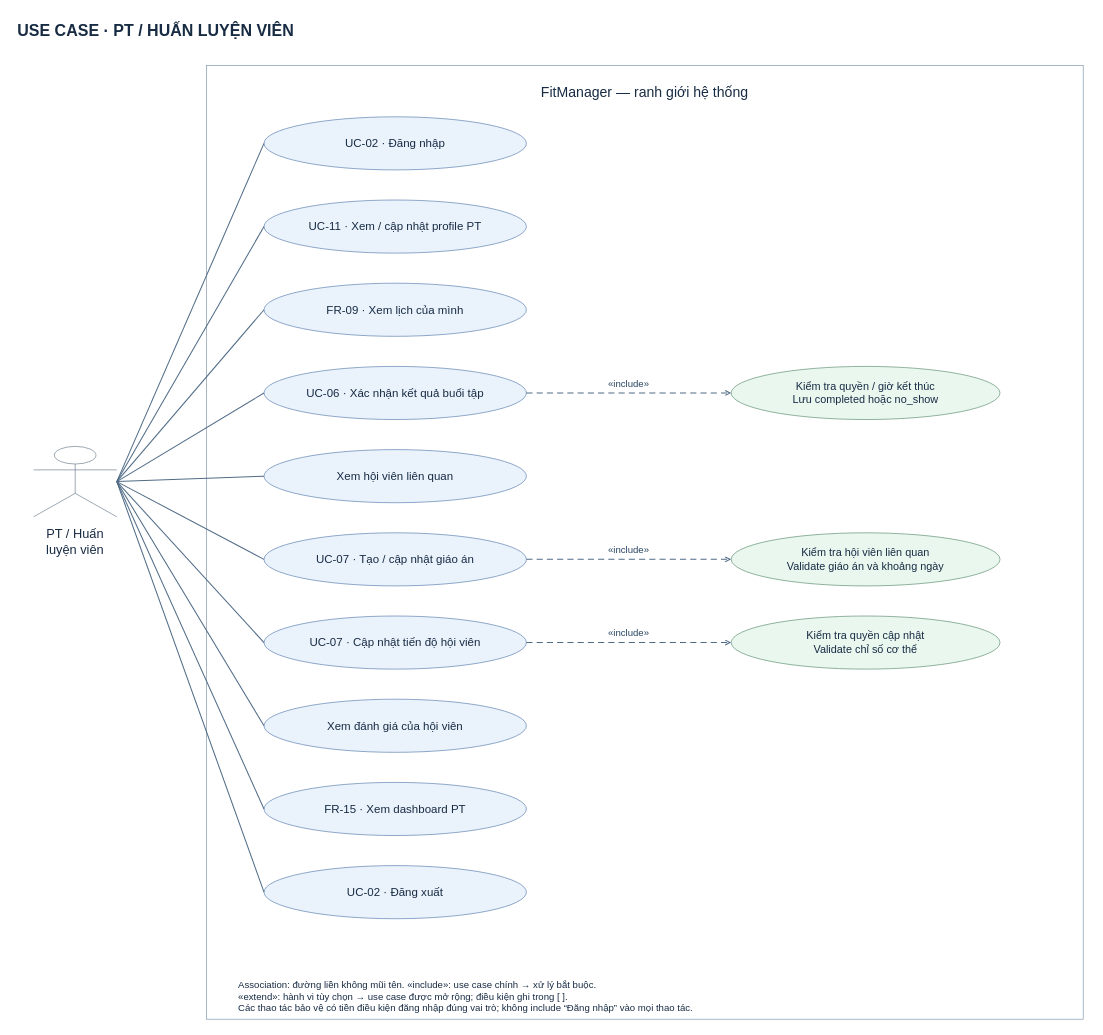
Before: docs/diagram/usecase-trainer.drawio in Huy-Haru/ProjectSDN, a draw.io diagram. Source tidied: cells renumbered, new cells numbered last; positions are measured from the earlier drawing's top-left corner, leaving out a move shared by most shapes. Both pictures are drawn from the tidied source at 64%, with x=0, y=0 at pixel (11, 11).
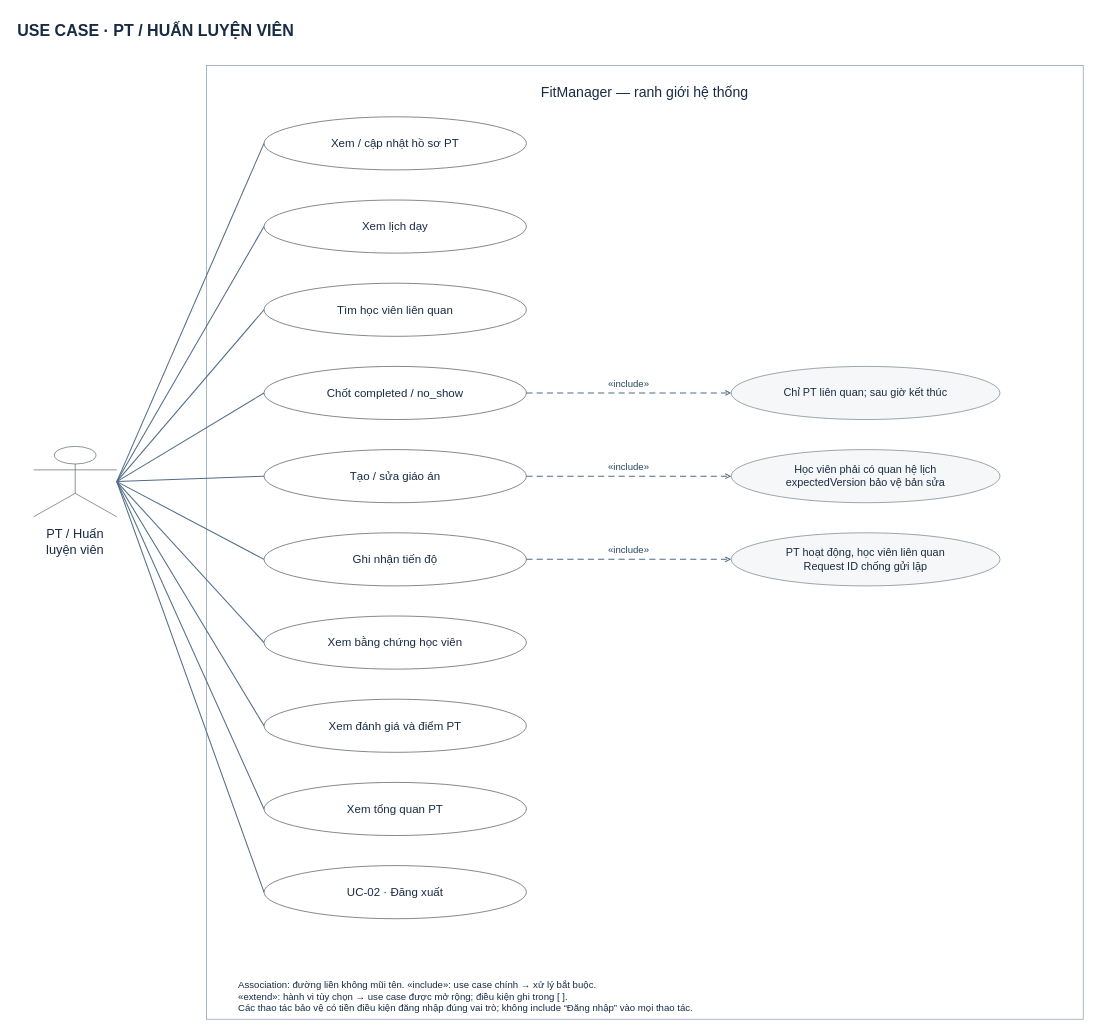
After the change.

The edit, as a diff of the source:
```diff
@@
-    <mxCell id="2" value="USE CASE · PT / HUẤN LUYỆN VIÊN" style="html=0;whiteSpace=wrap;fontFamily=Arial;fontSize=25;fontColor=#172b43;strokeColor=#5479aa;fillColor=#eaf2fc;spacing=10;text;fillColor=none;strokeColor=none;align=left;verticalAlign=top;fontStyle=1;" parent="1" vertex="1">
+    <mxCell id="2" value="USE CASE · PT / HUẤN LUYỆN VIÊN" style="html=0;whiteSpace=wrap;fontFamily=Arial;fontSize=25;fontColor=#172b43;strokeColor=#3f4852;fillColor=#ffffff;spacing=10;text;fillColor=none;strokeColor=none;align=left;verticalAlign=top;fontStyle=1;" parent="1" vertex="1">
       <mxGeometry width="1690" height="55" as="geometry" />
     </mxCell>
-    <mxCell id="3" value="FitManager — ranh giới hệ thống" style="html=0;whiteSpace=wrap;fontFamily=Arial;fontSize=17;fontColor=#172b43;strokeColor=#5479aa;fillColor=#eaf2fc;spacing=10;rounded=0;fillColor=none;strokeColor=#7890a9;verticalAlign=top;fontSize=22;spacingTop=14;" parent="1" vertex="1">
+    <mxCell id="3" value="FitManager — ranh giới hệ thống" style="html=0;whiteSpace=wrap;fontFamily=Arial;fontSize=17;fontColor=#172b43;strokeColor=#3f4852;fillColor=#ffffff;spacing=10;rounded=0;fillColor=none;strokeColor=#7890a9;verticalAlign=top;fontSize=22;spacingTop=14;" parent="1" vertex="1">
       <mxGeometry x="305" y="85" width="1370" height="1490" as="geometry" />
     </mxCell>
-    <mxCell id="4" value="PT / Huấn luyện viên" style="html=0;whiteSpace=wrap;fontFamily=Arial;fontSize=20;fontColor=#172b43;strokeColor=#66788a;fillColor=#f4f6f8;spacing=10;shape=umlActor;verticalLabelPosition=bottom;verticalAlign=top;fillColor=none;" parent="1" vertex="1">
+    <mxCell id="4" value="PT / Huấn luyện viên" style="html=0;whiteSpace=wrap;fontFamily=Arial;fontSize=20;fontColor=#172b43;strokeColor=#505963;fillColor=#f4f5f6;spacing=10;shape=umlActor;verticalLabelPosition=bottom;verticalAlign=top;fillColor=none;" parent="1" vertex="1">
       <mxGeometry x="35" y="680" width="130" height="110" as="geometry" />
     </mxCell>
-    <mxCell id="5" value="UC-02 · Đăng nhập" style="html=0;whiteSpace=wrap;fontFamily=Arial;fontSize=18;fontColor=#172b43;strokeColor=#5479aa;fillColor=#eaf2fc;spacing=10;ellipse;" parent="3" vertex="1">
-      <mxGeometry x="90" y="80" width="410" height="83" as="geometry" />
-    </mxCell>
-    <mxCell id="6" value="UC-11 · Xem / cập nhật profile PT" style="html=0;whiteSpace=wrap;fontFamily=Arial;fontSize=18;fontColor=#172b43;strokeColor=#5479aa;fillColor=#eaf2fc;spacing=10;ellipse;" parent="3" vertex="1">
-      <mxGeometry x="90" y="210" width="410" height="83" as="geometry" />
+    <mxCell id="6" value="Xem / cập nhật hồ sơ PT" style="html=0;whiteSpace=wrap;fontFamily=Arial;fontSize=18;fontColor=#172b43;strokeColor=#3f4852;fillColor=#ffffff;spacing=10;ellipse;" parent="3" vertex="1">
+      <mxGeometry x="90" y="80" width="410" height="83" as="geometry" />
     </mxCell>
-    <mxCell id="7" value="FR-09 · Xem lịch của mình" style="html=0;whiteSpace=wrap;fontFamily=Arial;fontSize=18;fontColor=#172b43;strokeColor=#5479aa;fillColor=#eaf2fc;spacing=10;ellipse;" parent="3" vertex="1">
-      <mxGeometry x="90" y="340" width="410" height="83" as="geometry" />
+    <mxCell id="7" value="Xem lịch dạy" style="html=0;whiteSpace=wrap;fontFamily=Arial;fontSize=18;fontColor=#172b43;strokeColor=#3f4852;fillColor=#ffffff;spacing=10;ellipse;" parent="3" vertex="1">
+      <mxGeometry x="90" y="210" width="410" height="83" as="geometry" />
     </mxCell>
+    <mxCell id="9" value="Tìm học viên liên quan" style="html=0;whiteSpace=wrap;fontFamily=Arial;fontSize=18;fontColor=#172b43;strokeColor=#3f4852;fillColor=#ffffff;spacing=10;ellipse;" parent="3" vertex="1">
+      <mxGeometry x="90" y="340" width="410" height="83" as="geometry" />
+    </mxCell>
-    <mxCell id="8" value="UC-06 · Xác nhận kết quả buổi tập" style="html=0;whiteSpace=wrap;fontFamily=Arial;fontSize=18;fontColor=#172b43;strokeColor=#5479aa;fillColor=#eaf2fc;spacing=10;ellipse;" parent="3" vertex="1">
+    <mxCell id="8" value="Chốt completed / no_show" style="html=0;whiteSpace=wrap;fontFamily=Arial;fontSize=18;fontColor=#172b43;strokeColor=#3f4852;fillColor=#ffffff;spacing=10;ellipse;" parent="3" vertex="1">
       <mxGeometry x="90" y="470" width="410" height="83" as="geometry" />
     </mxCell>
-    <mxCell id="9" value="Xem hội viên liên quan" style="html=0;whiteSpace=wrap;fontFamily=Arial;fontSize=18;fontColor=#172b43;strokeColor=#5479aa;fillColor=#eaf2fc;spacing=10;ellipse;" parent="3" vertex="1">
-      <mxGeometry x="90" y="600" width="410" height="83" as="geometry" />
-    </mxCell>
-    <mxCell id="10" value="UC-07 · Tạo / cập nhật giáo án" style="html=0;whiteSpace=wrap;fontFamily=Arial;fontSize=18;fontColor=#172b43;strokeColor=#5479aa;fillColor=#eaf2fc;spacing=10;ellipse;" parent="3" vertex="1">
-      <mxGeometry x="90" y="730" width="410" height="83" as="geometry" />
+    <mxCell id="10" value="Tạo / sửa giáo án" style="html=0;whiteSpace=wrap;fontFamily=Arial;fontSize=18;fontColor=#172b43;strokeColor=#3f4852;fillColor=#ffffff;spacing=10;ellipse;" parent="3" vertex="1">
+      <mxGeometry x="90" y="600" width="410" height="83" as="geometry" />
     </mxCell>
-    <mxCell id="11" value="UC-07 · Cập nhật tiến độ hội viên" style="html=0;whiteSpace=wrap;fontFamily=Arial;fontSize=18;fontColor=#172b43;strokeColor=#5479aa;fillColor=#eaf2fc;spacing=10;ellipse;" parent="3" vertex="1">
-      <mxGeometry x="90" y="860" width="410" height="83" as="geometry" />
+    <mxCell id="11" value="Ghi nhận tiến độ" style="html=0;whiteSpace=wrap;fontFamily=Arial;fontSize=18;fontColor=#172b43;strokeColor=#3f4852;fillColor=#ffffff;spacing=10;ellipse;" parent="3" vertex="1">
+      <mxGeometry x="90" y="730" width="410" height="83" as="geometry" />
     </mxCell>
+    <mxCell id="32" value="Xem bằng chứng học viên" style="html=0;whiteSpace=wrap;fontFamily=Arial;fontSize=18;fontColor=#172b43;strokeColor=#3f4852;fillColor=#ffffff;spacing=10;ellipse;" parent="3" vertex="1">
+      <mxGeometry x="90" y="860" width="410" height="83" as="geometry" />
+    </mxCell>
-    <mxCell id="12" value="Xem đánh giá của hội viên" style="html=0;whiteSpace=wrap;fontFamily=Arial;fontSize=18;fontColor=#172b43;strokeColor=#5479aa;fillColor=#eaf2fc;spacing=10;ellipse;" parent="3" vertex="1">
+    <mxCell id="12" value="Xem đánh giá và điểm PT" style="html=0;whiteSpace=wrap;fontFamily=Arial;fontSize=18;fontColor=#172b43;strokeColor=#3f4852;fillColor=#ffffff;spacing=10;ellipse;" parent="3" vertex="1">
       <mxGeometry x="90" y="990" width="410" height="83" as="geometry" />
     </mxCell>
-    <mxCell id="13" value="FR-15 · Xem dashboard PT" style="html=0;whiteSpace=wrap;fontFamily=Arial;fontSize=18;fontColor=#172b43;strokeColor=#5479aa;fillColor=#eaf2fc;spacing=10;ellipse;" parent="3" vertex="1">
+    <mxCell id="13" value="Xem tổng quan PT" style="html=0;whiteSpace=wrap;fontFamily=Arial;fontSize=18;fontColor=#172b43;strokeColor=#3f4852;fillColor=#ffffff;spacing=10;ellipse;" parent="3" vertex="1">
       <mxGeometry x="90" y="1120" width="410" height="83" as="geometry" />
     </mxCell>
-    <mxCell id="14" value="UC-02 · Đăng xuất" style="html=0;whiteSpace=wrap;fontFamily=Arial;fontSize=18;fontColor=#172b43;strokeColor=#5479aa;fillColor=#eaf2fc;spacing=10;ellipse;" parent="3" vertex="1">
+    <mxCell id="14" value="UC-02 · Đăng xuất" style="html=0;whiteSpace=wrap;fontFamily=Arial;fontSize=18;fontColor=#172b43;strokeColor=#3f4852;fillColor=#ffffff;spacing=10;ellipse;" parent="3" vertex="1">
       <mxGeometry x="90" y="1250" width="410" height="83" as="geometry" />
     </mxCell>
-    <mxCell id="15" value="Kiểm tra quyền / giờ kết thúc&#10;Lưu completed hoặc no_show" style="html=0;whiteSpace=wrap;fontFamily=Arial;fontSize=17;fontColor=#172b43;strokeColor=#568a69;fillColor=#eaf7ef;spacing=10;ellipse;" parent="3" vertex="1">
+    <mxCell id="15" value="Chỉ PT liên quan; sau giờ kết thúc" style="html=0;whiteSpace=wrap;fontFamily=Arial;fontSize=17;fontColor=#172b43;strokeColor=#69737d;fillColor=#f6f7f8;spacing=10;ellipse;" parent="3" vertex="1">
       <mxGeometry x="820" y="470" width="420" height="83" as="geometry" />
     </mxCell>
-    <mxCell id="16" value="Kiểm tra hội viên liên quan&#10;Validate giáo án và khoảng ngày" style="html=0;whiteSpace=wrap;fontFamily=Arial;fontSize=17;fontColor=#172b43;strokeColor=#568a69;fillColor=#eaf7ef;spacing=10;ellipse;" parent="3" vertex="1">
-      <mxGeometry x="820" y="730" width="420" height="83" as="geometry" />
+    <mxCell id="16" value="Học viên phải có quan hệ lịch&#10;expectedVersion bảo vệ bản sửa" style="html=0;whiteSpace=wrap;fontFamily=Arial;fontSize=17;fontColor=#172b43;strokeColor=#69737d;fillColor=#f6f7f8;spacing=10;ellipse;" parent="3" vertex="1">
+      <mxGeometry x="820" y="600" width="420" height="83" as="geometry" />
     </mxCell>
-    <mxCell id="17" value="Kiểm tra quyền cập nhật&#10;Validate chỉ số cơ thể" style="html=0;whiteSpace=wrap;fontFamily=Arial;fontSize=17;fontColor=#172b43;strokeColor=#568a69;fillColor=#eaf7ef;spacing=10;ellipse;" parent="3" vertex="1">
-      <mxGeometry x="820" y="860" width="420" height="83" as="geometry" />
+    <mxCell id="17" value="PT hoạt động, học viên liên quan&#10;Request ID chống gửi lặp" style="html=0;whiteSpace=wrap;fontFamily=Arial;fontSize=17;fontColor=#172b43;strokeColor=#69737d;fillColor=#f6f7f8;spacing=10;ellipse;" parent="3" vertex="1">
+      <mxGeometry x="820" y="730" width="420" height="83" as="geometry" />
     </mxCell>
-    <mxCell id="18" value="Association: đường liền không mũi tên. «include»: use case chính → xử lý bắt buộc.&#10;«extend»: hành vi tùy chọn → use case được mở rộng; điều kiện ghi trong [ ].&#10;Các thao tác bảo vệ có tiền điều kiện đăng nhập đúng vai trò; không include “Đăng nhập” vào mọi thao tác." style="html=0;whiteSpace=wrap;fontFamily=Arial;fontSize=15;fontColor=#172b43;strokeColor=#5479aa;fillColor=#eaf2fc;spacing=10;text;fillColor=none;strokeColor=none;align=left;verticalAlign=top;" parent="1" vertex="1">
+    <mxCell id="18" value="Association: đường liền không mũi tên. «include»: use case chính → xử lý bắt buộc.&#10;«extend»: hành vi tùy chọn → use case được mở rộng; điều kiện ghi trong [ ].&#10;Các thao tác bảo vệ có tiền điều kiện đăng nhập đúng vai trò; không include “Đăng nhập” vào mọi thao tác." style="html=0;whiteSpace=wrap;fontFamily=Arial;fontSize=15;fontColor=#172b43;strokeColor=#3f4852;fillColor=#ffffff;spacing=10;text;fillColor=none;strokeColor=none;align=left;verticalAlign=top;" parent="1" vertex="1">
       <mxGeometry x="345" y="1498" width="1300" height="85" as="geometry" />
     </mxCell>
-    <mxCell id="19" style="edgeStyle=none;orthogonal=1;rounded=0;html=0;strokeColor=#506b86;strokeWidth=1.6;jumpStyle=arc;jumpSize=9;endArrow=none;startArrow=none;exitX=1;exitY=0.5;exitPerimeter=0;entryX=0;entryY=0.5;entryPerimeter=0;fontFamily=Arial;fontSize=15;fontColor=#284461;labelBackgroundColor=#ffffff;" parent="1" edge="1" source="4" target="5">
+    <mxCell id="19" style="edgeStyle=none;orthogonal=1;rounded=0;html=0;strokeColor=#506b86;strokeWidth=1.6;jumpStyle=arc;jumpSize=9;endArrow=none;startArrow=none;exitX=1;exitY=0.5;exitPerimeter=0;entryX=0;entryY=0.5;entryPerimeter=0;fontFamily=Arial;fontSize=15;fontColor=#284461;labelBackgroundColor=#ffffff;" parent="1" edge="1" source="4" target="6">
       <mxGeometry relative="1" as="geometry">
         <mxPoint y="-15" as="offset" />
       </mxGeometry>
     </mxCell>
-    <mxCell id="20" style="edgeStyle=none;orthogonal=1;rounded=0;html=0;strokeColor=#506b86;strokeWidth=1.6;jumpStyle=arc;jumpSize=9;endArrow=none;startArrow=none;exitX=1;exitY=0.5;exitPerimeter=0;entryX=0;entryY=0.5;entryPerimeter=0;fontFamily=Arial;fontSize=15;fontColor=#284461;labelBackgroundColor=#ffffff;" parent="1" edge="1" source="4" target="6">
+    <mxCell id="20" style="edgeStyle=none;orthogonal=1;rounded=0;html=0;strokeColor=#506b86;strokeWidth=1.6;jumpStyle=arc;jumpSize=9;endArrow=none;startArrow=none;exitX=1;exitY=0.5;exitPerimeter=0;entryX=0;entryY=0.5;entryPerimeter=0;fontFamily=Arial;fontSize=15;fontColor=#284461;labelBackgroundColor=#ffffff;" parent="1" edge="1" source="4" target="7">
       <mxGeometry relative="1" as="geometry">
         <mxPoint y="-15" as="offset" />
       </mxGeometry>
     </mxCell>
-    <mxCell id="21" style="edgeStyle=none;orthogonal=1;rounded=0;html=0;strokeColor=#506b86;strokeWidth=1.6;jumpStyle=arc;jumpSize=9;endArrow=none;startArrow=none;exitX=1;exitY=0.5;exitPerimeter=0;entryX=0;entryY=0.5;entryPerimeter=0;fontFamily=Arial;fontSize=15;fontColor=#284461;labelBackgroundColor=#ffffff;" parent="1" edge="1" source="4" target="7">
+    <mxCell id="21" style="edgeStyle=none;orthogonal=1;rounded=0;html=0;strokeColor=#506b86;strokeWidth=1.6;jumpStyle=arc;jumpSize=9;endArrow=none;startArrow=none;exitX=1;exitY=0.5;exitPerimeter=0;entryX=0;entryY=0.5;entryPerimeter=0;fontFamily=Arial;fontSize=15;fontColor=#284461;labelBackgroundColor=#ffffff;" parent="1" edge="1" source="4" target="9">
       <mxGeometry relative="1" as="geometry">
         <mxPoint y="-15" as="offset" />
       </mxGeometry>
     </mxCell>
@@
-    <mxCell id="23" style="edgeStyle=none;orthogonal=1;rounded=0;html=0;strokeColor=#506b86;strokeWidth=1.6;jumpStyle=arc;jumpSize=9;endArrow=none;startArrow=none;exitX=1;exitY=0.5;exitPerimeter=0;entryX=0;entryY=0.5;entryPerimeter=0;fontFamily=Arial;fontSize=15;fontColor=#284461;labelBackgroundColor=#ffffff;" parent="1" edge="1" source="4" target="9">
+    <mxCell id="23" style="edgeStyle=none;orthogonal=1;rounded=0;html=0;strokeColor=#506b86;strokeWidth=1.6;jumpStyle=arc;jumpSize=9;endArrow=none;startArrow=none;exitX=1;exitY=0.5;exitPerimeter=0;entryX=0;entryY=0.5;entryPerimeter=0;fontFamily=Arial;fontSize=15;fontColor=#284461;labelBackgroundColor=#ffffff;" parent="1" edge="1" source="4" target="10">
       <mxGeometry relative="1" as="geometry">
         <mxPoint y="-15" as="offset" />
       </mxGeometry>
     </mxCell>
-    <mxCell id="24" style="edgeStyle=none;orthogonal=1;rounded=0;html=0;strokeColor=#506b86;strokeWidth=1.6;jumpStyle=arc;jumpSize=9;endArrow=none;startArrow=none;exitX=1;exitY=0.5;exitPerimeter=0;entryX=0;entryY=0.5;entryPerimeter=0;fontFamily=Arial;fontSize=15;fontColor=#284461;labelBackgroundColor=#ffffff;" parent="1" edge="1" source="4" target="10">
+    <mxCell id="24" style="edgeStyle=none;orthogonal=1;rounded=0;html=0;strokeColor=#506b86;strokeWidth=1.6;jumpStyle=arc;jumpSize=9;endArrow=none;startArrow=none;exitX=1;exitY=0.5;exitPerimeter=0;entryX=0;entryY=0.5;entryPerimeter=0;fontFamily=Arial;fontSize=15;fontColor=#284461;labelBackgroundColor=#ffffff;" parent="1" edge="1" source="4" target="11">
       <mxGeometry relative="1" as="geometry">
         <mxPoint y="-15" as="offset" />
       </mxGeometry>
     </mxCell>
-    <mxCell id="25" style="edgeStyle=none;orthogonal=1;rounded=0;html=0;strokeColor=#506b86;strokeWidth=1.6;jumpStyle=arc;jumpSize=9;endArrow=none;startArrow=none;exitX=1;exitY=0.5;exitPerimeter=0;entryX=0;entryY=0.5;entryPerimeter=0;fontFamily=Arial;fontSize=15;fontColor=#284461;labelBackgroundColor=#ffffff;" parent="1" edge="1" source="4" target="11">
+    <mxCell id="25" style="edgeStyle=none;orthogonal=1;rounded=0;html=0;strokeColor=#506b86;strokeWidth=1.6;jumpStyle=arc;jumpSize=9;endArrow=none;startArrow=none;exitX=1;exitY=0.5;exitPerimeter=0;entryX=0;entryY=0.5;entryPerimeter=0;fontFamily=Arial;fontSize=15;fontColor=#284461;labelBackgroundColor=#ffffff;" parent="1" edge="1" source="4" target="32">
       <mxGeometry relative="1" as="geometry">
         <mxPoint y="-15" as="offset" />
       </mxGeometry>
     </mxCell>
```
